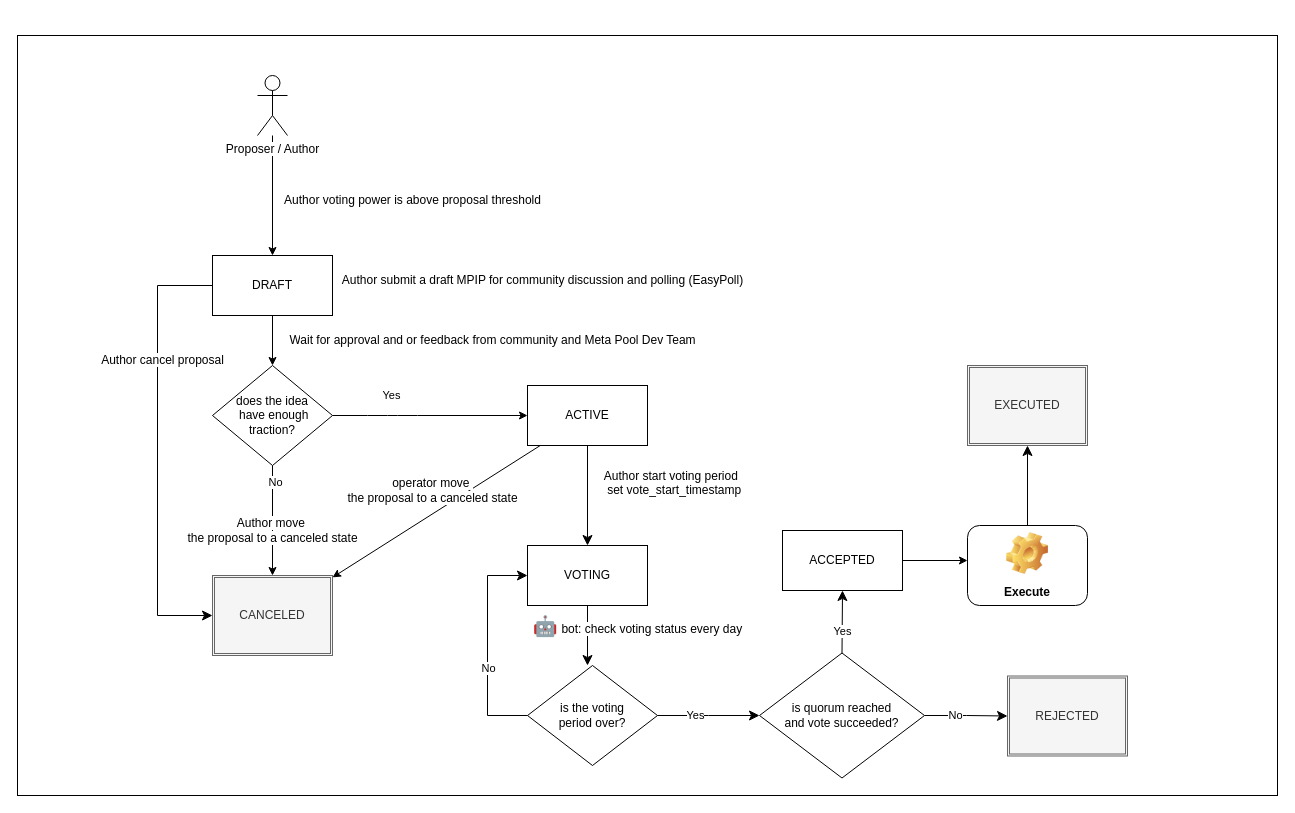
The draw.io diagram media/mpip-process.drawio in Meta-Pool/meta-vote-contracts, before the edit. Source tidied: cells renumbered, new cells numbered last; positions are measured from the earlier drawing's top-left corner, leaving out a move shared by most shapes. Both pictures are drawn from the tidied source at 100%, with x=0, y=0 at pixel (17, 35).
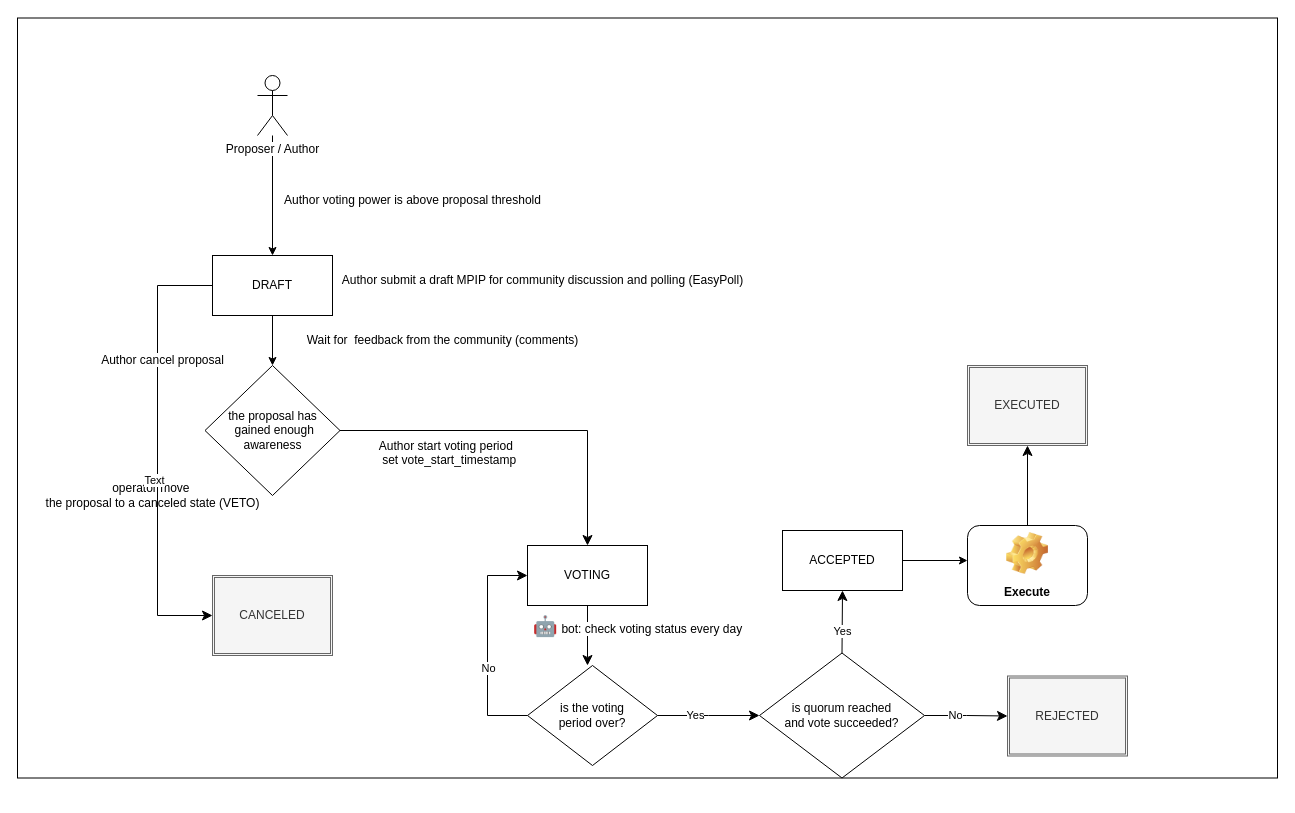
After the change.

Commit message (it also covers changes not shown here):
update mpip diagram

Unchanged cells that the change refers to:
```xml
<mxCell id="12" value="CANCELED" style="shape=ext;double=1;rounded=0;whiteSpace=wrap;html=1;fillColor=#f5f5f5;fontColor=#333333;strokeColor=#666666;" parent="1" vertex="1">
  <mxGeometry x="195" y="540" width="120" height="80" as="geometry" />
</mxCell>
<mxCell id="19" value="&lt;font color=&quot;#000000&quot;&gt;VOTING&lt;br&gt;&lt;/font&gt;" style="whiteSpace=wrap;html=1;fillColor=#FFFFFF;strokeColor=#000000;" parent="1" vertex="1">
  <mxGeometry x="510" y="510" width="120" height="60" as="geometry" />
</mxCell>
<mxCell id="37" style="edgeStyle=elbowEdgeStyle;elbow=horizontal;endArrow=classic;html=1;curved=0;rounded=0;endSize=8;startSize=8;strokeColor=#000000;fontColor=#000000;entryX=0;entryY=0.5;entryDx=0;entryDy=0;" parent="1" edge="1" source="4" target="12">
  <mxGeometry relative="1" as="geometry">
    <Array as="points">
      <mxPoint x="140" y="410" />
    </Array>
  </mxGeometry>
</mxCell>
```

Change to the diagram source:
```diff
@@
     <mxCell id="2" style="rounded=0;whiteSpace=wrap;html=1;fillColor=#FFFFFF;fontStyle=0;" parent="1" vertex="1">
-      <mxGeometry width="1260" height="760" as="geometry" />
+      <mxGeometry y="-17.5" width="1260" height="760" as="geometry" />
     </mxCell>
@@
-    <mxCell id="6" value="&lt;font color=&quot;#000000&quot;&gt;does the idea&lt;br&gt;&amp;nbsp;have enough traction?&lt;/font&gt;" style="rhombus;whiteSpace=wrap;html=1;fillColor=#FFFFFF;strokeColor=#000000;" parent="1" vertex="1">
-      <mxGeometry x="195" y="330" width="120" height="100" as="geometry" />
+    <mxCell id="6" value="&lt;font color=&quot;#000000&quot;&gt;the proposal has&lt;br&gt;&amp;nbsp;gained enough awareness&lt;br&gt;&lt;/font&gt;" style="rhombus;whiteSpace=wrap;html=1;fillColor=#FFFFFF;strokeColor=#000000;" parent="1" vertex="1">
+      <mxGeometry x="187.5" y="330" width="135" height="130" as="geometry" />
     </mxCell>
-    <mxCell id="7" style="edgeStyle=none;html=1;strokeColor=#000000;exitX=0.5;exitY=1;exitDx=0;exitDy=0;fontColor=#000000;labelBackgroundColor=#FFFFFF;entryX=0.5;entryY=0;entryDx=0;entryDy=0;" parent="1" edge="1" source="6" target="12">
-      <mxGeometry x="0.09" relative="1" as="geometry" />
-    </mxCell>
-    <mxCell id="8" value="&lt;span style=&quot;background-color: rgb(255, 255, 255);&quot;&gt;No&lt;/span&gt;" style="edgeLabel;html=1;align=center;verticalAlign=middle;fontColor=#000000;" parent="7" vertex="1">
-      <mxGeometry x="-0.71" y="2" relative="1" as="geometry" />
-    </mxCell>
-    <mxCell id="9" value="Yes" style="edgeStyle=none;html=1;strokeColor=#000000;exitX=1;exitY=0.5;exitDx=0;exitDy=0;fontColor=#000000;labelBackgroundColor=#FFFFFF;" parent="1" edge="1" source="6" target="10">
-      <mxGeometry x="-0.39" y="20" relative="1" as="geometry">
-        <Array as="points">
-          <mxPoint x="360" y="380" />
-          <mxPoint x="390" y="380" />
-        </Array>
-      </mxGeometry>
-    </mxCell>
-    <mxCell id="10" value="&lt;font color=&quot;#000000&quot;&gt;ACTIVE&lt;br&gt;&lt;/font&gt;" style="whiteSpace=wrap;html=1;fillColor=#FFFFFF;strokeColor=#000000;" parent="1" vertex="1">
-      <mxGeometry x="510" y="350" width="120" height="60" as="geometry" />
-    </mxCell>
-    <mxCell id="11" value="&lt;div style=&quot;text-align: left;&quot;&gt;&lt;span style=&quot;background-color: rgb(255, 255, 255); color: rgb(0, 0, 0);&quot;&gt;W&lt;/span&gt;&lt;span style=&quot;background-color: rgb(255, 255, 255); color: rgb(0, 0, 0);&quot;&gt;ait for approval and or feedback from community and Meta Pool Dev Team&lt;/span&gt;&lt;/div&gt;" style="text;html=1;align=center;verticalAlign=middle;fillColor=none;strokeColor=none;rounded=0;" parent="1" vertex="1">
-      <mxGeometry x="260" y="290" width="430" height="30" as="geometry" />
+    <mxCell id="11" value="&lt;div style=&quot;text-align: left;&quot;&gt;&lt;span style=&quot;background-color: rgb(255, 255, 255); color: rgb(0, 0, 0);&quot;&gt;W&lt;/span&gt;&lt;span style=&quot;background-color: rgb(255, 255, 255); color: rgb(0, 0, 0);&quot;&gt;ait for&amp;nbsp; feedback from the community (comments)&lt;/span&gt;&lt;/div&gt;" style="text;html=1;align=center;verticalAlign=middle;fillColor=none;strokeColor=none;rounded=0;" parent="1" vertex="1">
+      <mxGeometry x="275" y="290" width="300" height="30" as="geometry" />
     </mxCell>
@@
-    <mxCell id="13" value="&lt;div style=&quot;&quot;&gt;&lt;font color=&quot;#000000&quot;&gt;&lt;span style=&quot;background-color: rgb(255, 255, 255);&quot;&gt;Author move&amp;nbsp;&lt;/span&gt;&lt;/font&gt;&lt;/div&gt;&lt;div style=&quot;&quot;&gt;&lt;font color=&quot;#000000&quot;&gt;&lt;span style=&quot;background-color: rgb(255, 255, 255);&quot;&gt;the proposal to a canceled state&lt;/span&gt;&lt;/font&gt;&lt;/div&gt;" style="text;html=1;align=center;verticalAlign=middle;fillColor=none;strokeColor=none;rounded=0;" parent="1" vertex="1">
-      <mxGeometry x="160" y="475" width="190" height="40" as="geometry" />
-    </mxCell>
@@
-    <mxCell id="17" style="edgeStyle=none;html=1;strokeColor=#000000;fontColor=#000000;labelBackgroundColor=#FFFFFF;" parent="1" edge="1" source="10" target="12">
-      <mxGeometry relative="1" as="geometry" />
-    </mxCell>
-    <mxCell id="18" value="&lt;div style=&quot;&quot;&gt;&lt;font color=&quot;#000000&quot;&gt;&lt;span style=&quot;background-color: rgb(255, 255, 255);&quot;&gt;operator move&amp;nbsp;&lt;/span&gt;&lt;/font&gt;&lt;/div&gt;&lt;div style=&quot;&quot;&gt;&lt;font color=&quot;#000000&quot;&gt;&lt;span style=&quot;background-color: rgb(255, 255, 255);&quot;&gt;the proposal to a canceled state&lt;/span&gt;&lt;/font&gt;&lt;/div&gt;" style="text;html=1;align=center;verticalAlign=middle;fillColor=none;strokeColor=none;rounded=0;" parent="1" vertex="1">
-      <mxGeometry x="320" y="435" width="190" height="40" as="geometry" />
+    <mxCell id="18" value="&lt;div style=&quot;&quot;&gt;&lt;font color=&quot;#000000&quot;&gt;&lt;span style=&quot;background-color: rgb(255, 255, 255);&quot;&gt;operator move&amp;nbsp;&lt;/span&gt;&lt;/font&gt;&lt;/div&gt;&lt;div style=&quot;&quot;&gt;&lt;font color=&quot;#000000&quot;&gt;&lt;span style=&quot;background-color: rgb(255, 255, 255);&quot;&gt;the proposal to a canceled state (VETO)&lt;/span&gt;&lt;/font&gt;&lt;/div&gt;" style="text;html=1;align=center;verticalAlign=middle;fillColor=none;strokeColor=none;rounded=0;" parent="1" vertex="1">
+      <mxGeometry x="15" y="440" width="240" height="40" as="geometry" />
     </mxCell>
@@
-    <mxCell id="20" style="edgeStyle=segmentEdgeStyle;endArrow=classic;html=1;curved=0;rounded=0;endSize=8;startSize=8;strokeColor=#000000;exitX=0.5;exitY=1;exitDx=0;exitDy=0;entryX=0.5;entryY=0;entryDx=0;entryDy=0;" parent="1" edge="1" source="10" target="19">
-      <mxGeometry relative="1" as="geometry" />
+    <mxCell id="20" style="edgeStyle=segmentEdgeStyle;endArrow=classic;html=1;curved=0;rounded=0;endSize=8;startSize=8;strokeColor=#000000;exitX=1;exitY=0.5;exitDx=0;exitDy=0;entryX=0.5;entryY=0;entryDx=0;entryDy=0;" parent="1" edge="1" source="6" target="19">
+      <mxGeometry relative="1" as="geometry">
+        <Array as="points">
+          <mxPoint x="570" y="395" />
+        </Array>
+      </mxGeometry>
     </mxCell>
     <mxCell id="21" value="&lt;div style=&quot;text-align: left;&quot;&gt;&lt;font color=&quot;#000000&quot;&gt;&lt;span style=&quot;background-color: rgb(255, 255, 255);&quot;&gt;Author start voting period&lt;br&gt;&lt;/span&gt;&lt;/font&gt;&lt;span style=&quot;background-color: rgb(255, 255, 255); color: rgb(0, 0, 0);&quot;&gt;&amp;nbsp;set vote_start_timestamp&lt;/span&gt;&lt;/div&gt;&lt;div&gt;&lt;span style=&quot;background-color: rgb(255, 255, 255); color: rgb(0, 0, 0);&quot;&gt;&lt;br&gt;&lt;/span&gt;&lt;/div&gt;" style="text;html=1;align=center;verticalAlign=middle;fillColor=none;strokeColor=none;rounded=0;" parent="1" vertex="1">
-      <mxGeometry x="575" y="425" width="160" height="60" as="geometry" />
+      <mxGeometry x="350" y="395" width="160" height="60" as="geometry" />
     </mxCell>
@@
+    <mxCell id="43" value="Text" style="edgeLabel;html=1;align=center;verticalAlign=middle;" parent="37" vertex="1">
+      <mxGeometry x="0.13" y="-4" relative="1" as="geometry" />
+    </mxCell>
```
